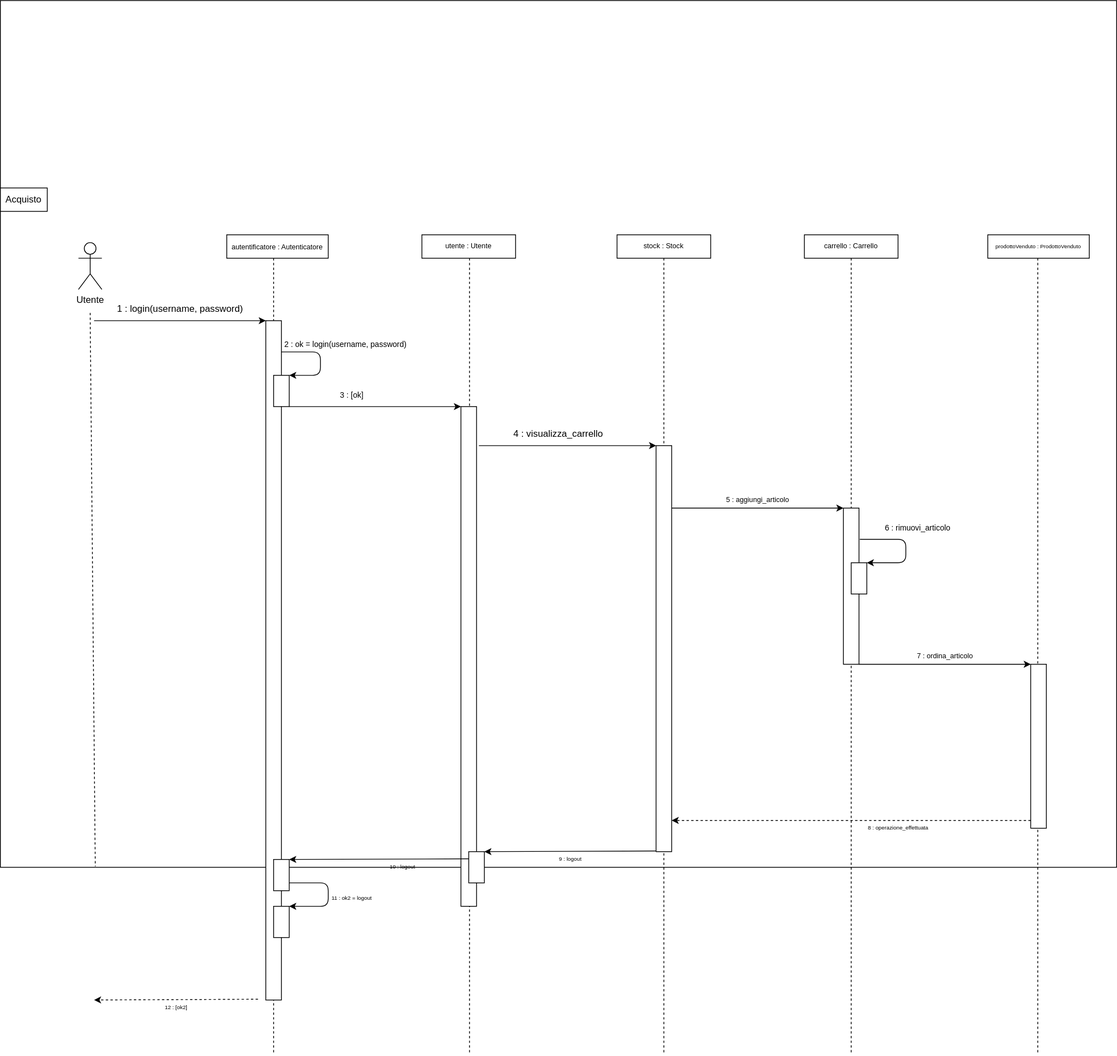
Above: diagrammi/sequenza/acquisto.drawio.svg in MickTK/ProgettoFinaleISW (draw.io), before the change. Source tidied: cells renumbered, new cells last; positions are measured from the earlier drawing's top-left corner, leaving out a move shared by most shapes.
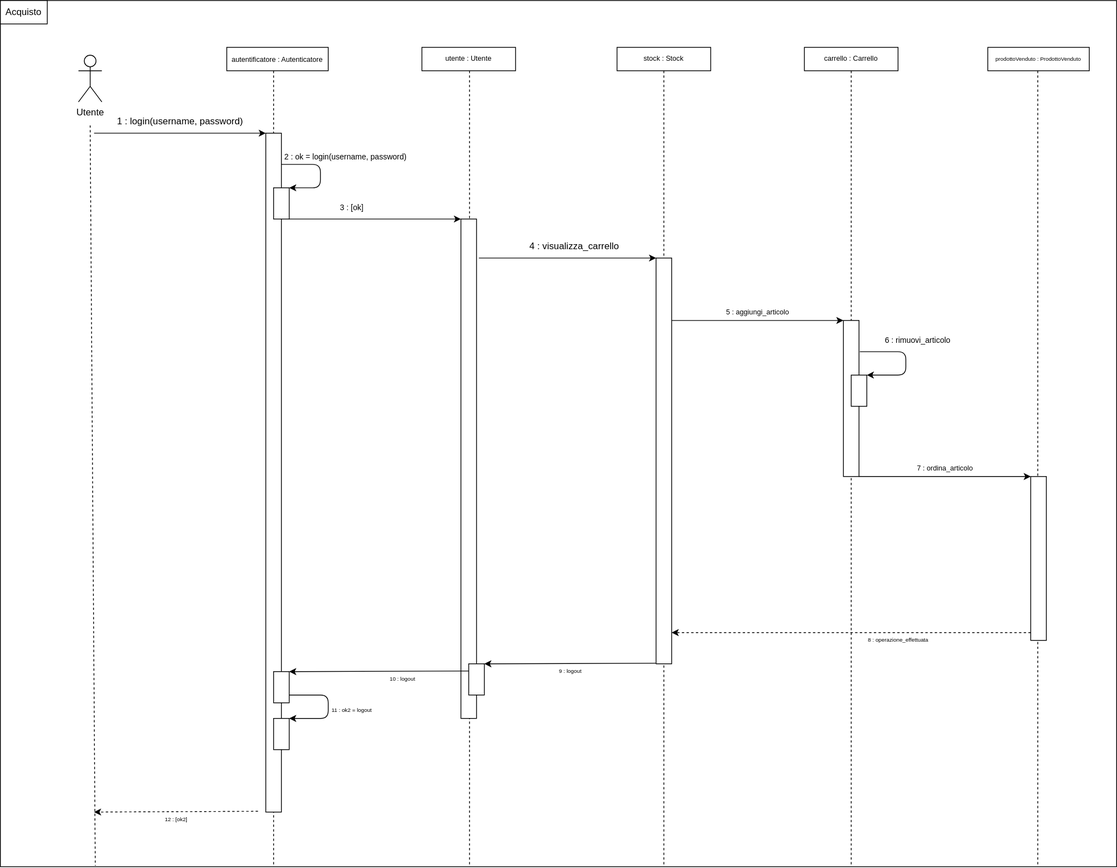
After the commit.

Commit message:
Diagramma Sequenza Acquisto

Diff of the diagram source:
```diff
@@ -2,8 +2,8 @@
   <root>
     <mxCell id="0" />
     <mxCell id="1" parent="0" />
-    <mxCell id="2" value="4 : visualizza_carrello" style="rounded=0;whiteSpace=wrap;html=1;" parent="1" vertex="1">
-      <mxGeometry width="1430" height="1110" as="geometry" />
+    <mxCell id="2" style="rounded=0;whiteSpace=wrap;html=1;" parent="1" vertex="1">
+      <mxGeometry y="240" width="1430" height="1110" as="geometry" />
     </mxCell>
     <mxCell id="3" style="edgeStyle=none;html=1;endArrow=none;endFill=0;dashed=1;" parent="1" edge="1">
       <mxGeometry relative="1" as="geometry">
@@ -204,5 +204,8 @@
     <mxCell id="48" value="12 : [ok2]" style="text;html=1;align=center;verticalAlign=middle;strokeColor=none;fillColor=none;fontSize=7;" parent="1" vertex="1">
       <mxGeometry x="200" y="1280" width="50" height="20" as="geometry" />
     </mxCell>
+    <mxCell id="49" value="4 : visualizza_carrello" style="text;html=1;align=center;verticalAlign=middle;strokeColor=none;fillColor=none;" parent="1" vertex="1">
+      <mxGeometry x="665" y="540" width="140" height="30" as="geometry" />
+    </mxCell>
   </root>
 </mxGraphModel>
```
